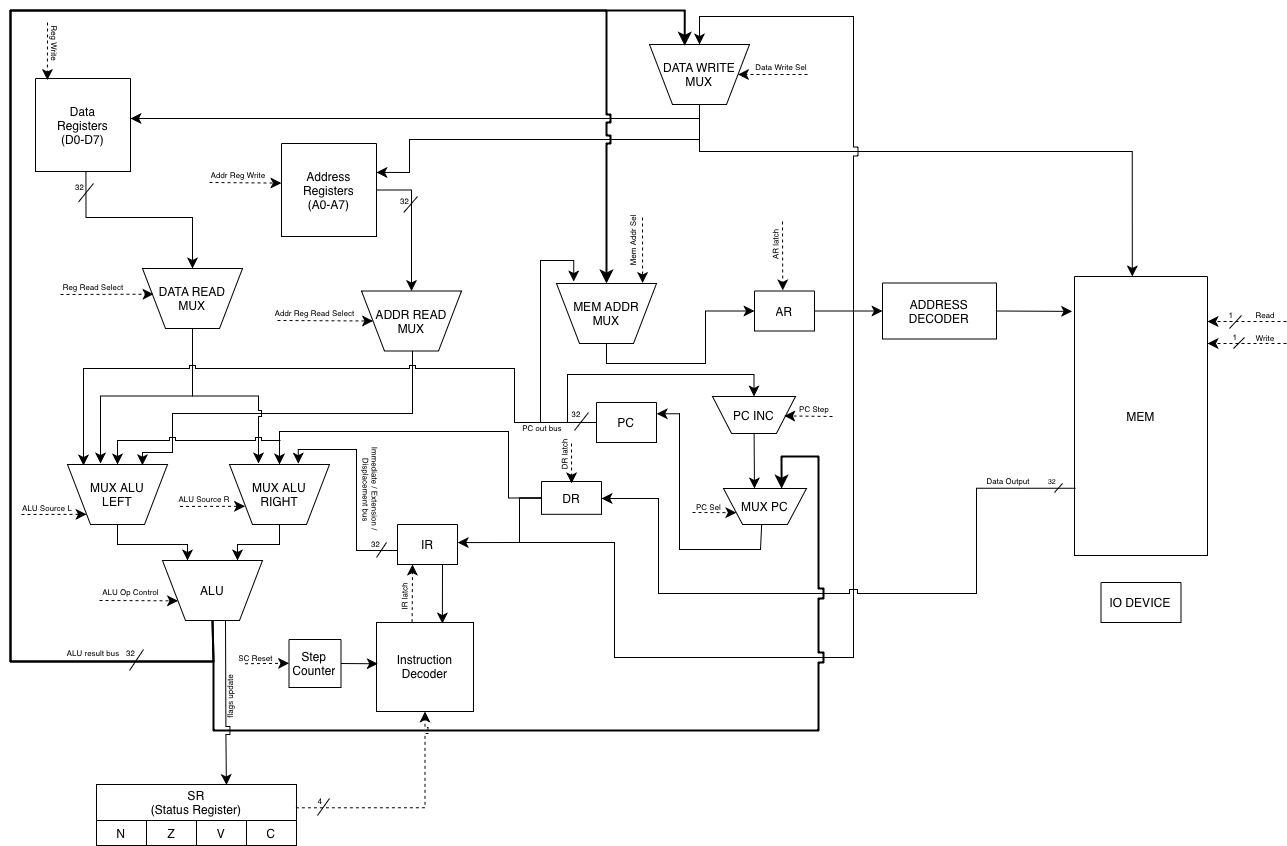
Above: ак 4сем/m68k новая.drawio.png in mayintain/itmo (draw.io), before the change. Source tidied: cells renumbered, new cells last; positions are measured from the earlier drawing's top-left corner, leaving out a move shared by most shapes.
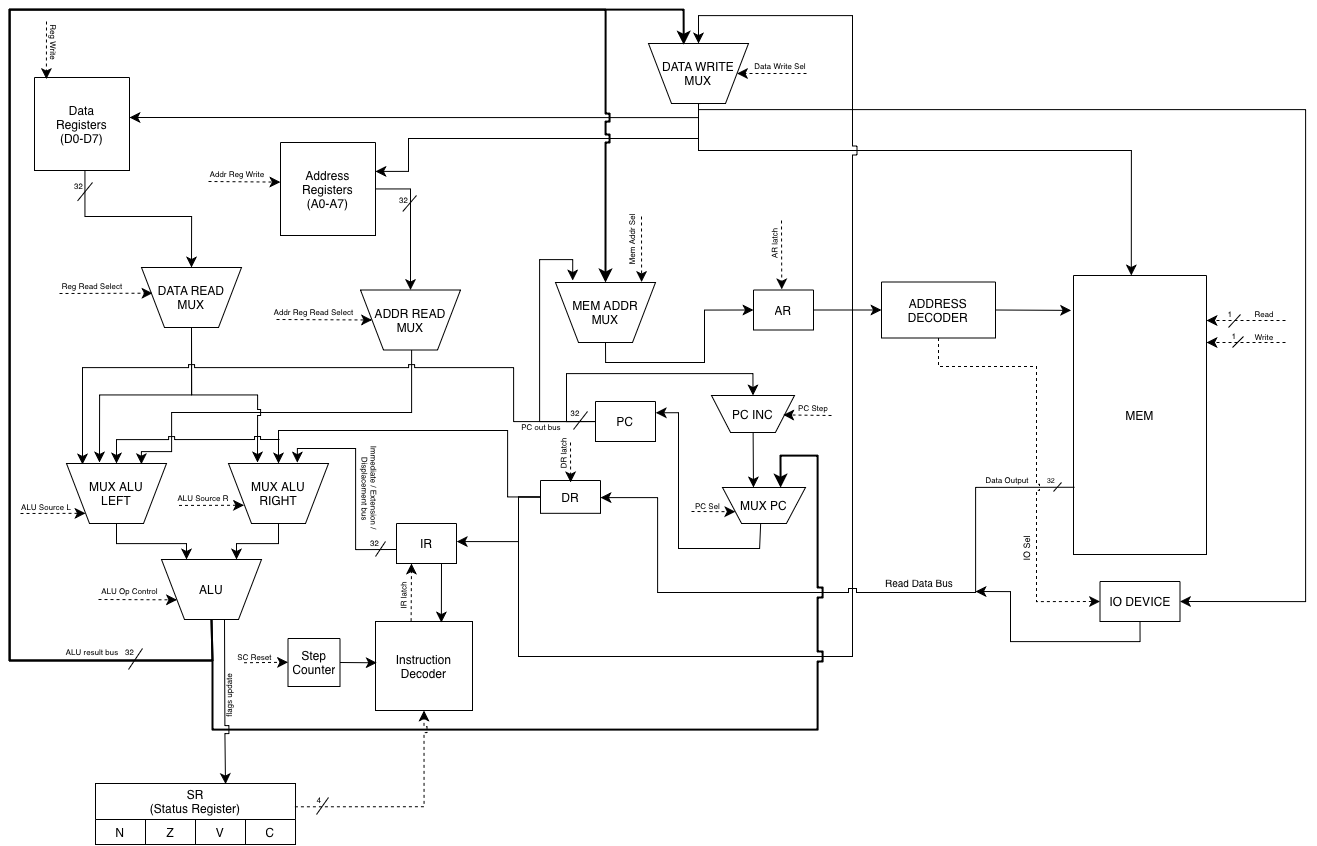
The same diagram one commit later.

What changed in the source:
```diff
@@ -209,9 +209,7 @@
       <mxGeometry relative="1" as="geometry">
         <Array as="points">
           <mxPoint x="509" y="488" />
-          <mxPoint x="509" y="532" />
-          <mxPoint x="604" y="532" />
-          <mxPoint x="604" y="647" />
+          <mxPoint x="509" y="647" />
           <mxPoint x="843" y="647" />
           <mxPoint x="843" y="6" />
           <mxPoint x="689" y="6" />
@@ -597,5 +595,40 @@
     <mxCell id="135" value="&lt;font style=&quot;font-size: 8px;&quot;&gt;1&lt;/font&gt;" style="text;html=1;whiteSpace=wrap;strokeColor=none;fillColor=none;align=center;verticalAlign=middle;rounded=0;fontSize=16;" parent="1" vertex="1">
       <mxGeometry x="1219" y="320.5" width="12" height="8" as="geometry" />
     </mxCell>
+    <mxCell id="136" style="edgeStyle=orthogonalEdgeStyle;rounded=0;jettySize=auto;html=1;entryX=0;entryY=0.5;entryDx=0;entryDy=0;fontSize=12;startSize=8;endSize=8;jumpStyle=sharp;exitX=0.5;exitY=1;exitDx=0;exitDy=0;dashed=1;" parent="1" edge="1" source="36" target="73">
+      <mxGeometry relative="1" as="geometry">
+        <Array as="points">
+          <mxPoint x="929" y="357" />
+          <mxPoint x="1027" y="357" />
+          <mxPoint x="1027" y="592" />
+        </Array>
+      </mxGeometry>
+    </mxCell>
+    <mxCell id="137" value="&lt;font style=&quot;font-size: 9px;&quot;&gt;IO Sel&lt;/font&gt;" style="text;html=1;whiteSpace=wrap;strokeColor=none;fillColor=none;align=center;verticalAlign=middle;rounded=0;fontSize=16;rotation=-90;" parent="1" vertex="1">
+      <mxGeometry x="986" y="524" width="60" height="30" as="geometry" />
+    </mxCell>
+    <mxCell id="138" style="edgeStyle=orthogonalEdgeStyle;rounded=0;jettySize=auto;html=1;fontSize=12;startSize=8;endSize=8;exitX=0.5;exitY=1;exitDx=0;exitDy=0;" parent="1" edge="1" source="72">
+      <mxGeometry relative="1" as="geometry">
+        <mxPoint x="966" y="582" as="targetPoint" />
+        <Array as="points">
+          <mxPoint x="1131" y="632" />
+          <mxPoint x="1001" y="632" />
+          <mxPoint x="1001" y="582" />
+        </Array>
+      </mxGeometry>
+    </mxCell>
+    <mxCell id="139" value="&lt;font style=&quot;font-size: 10px;&quot;&gt;Read Data Bus&lt;/font&gt;" style="text;html=1;whiteSpace=wrap;strokeColor=none;fillColor=none;align=center;verticalAlign=middle;rounded=0;fontSize=16;" parent="1" vertex="1">
+      <mxGeometry x="846" y="557.5" width="128" height="30" as="geometry" />
+    </mxCell>
+    <mxCell id="140" style="endArrow=classic;html=1;rounded=0;fontSize=12;startSize=8;endSize=8;entryX=1;entryY=0.5;entryDx=0;entryDy=0;edgeStyle=orthogonalEdgeStyle;" parent="1" edge="1" target="73">
+      <mxGeometry relative="1" as="geometry">
+        <mxPoint x="689" y="139" as="sourcePoint" />
+        <Array as="points">
+          <mxPoint x="689" y="100" />
+          <mxPoint x="1296" y="100" />
+          <mxPoint x="1296" y="592" />
+        </Array>
+      </mxGeometry>
+    </mxCell>
   </root>
 </mxGraphModel>
```
